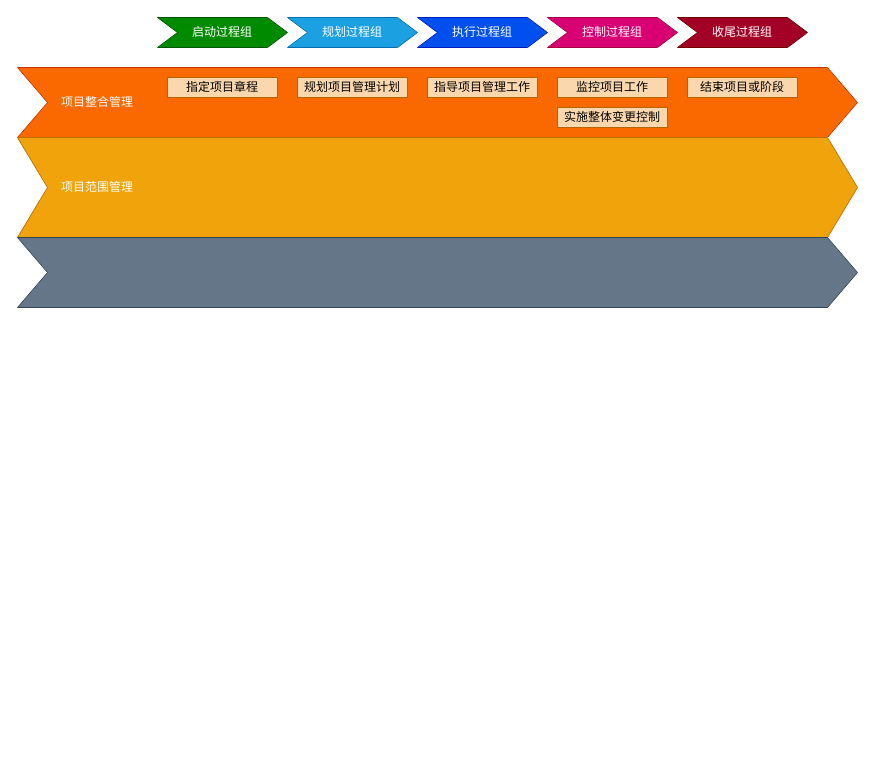
zhangxrxyy/draw keeps this draw.io diagram as 未命名绘图.drawio. Above is the earlier version. Source tidied: cells renumbered, new cells numbered last; positions are measured from the earlier drawing's top-left corner, leaving out a move shared by most shapes. Both pictures are drawn from the tidied source at 100%, with x=0, y=0 at pixel (17, 17).
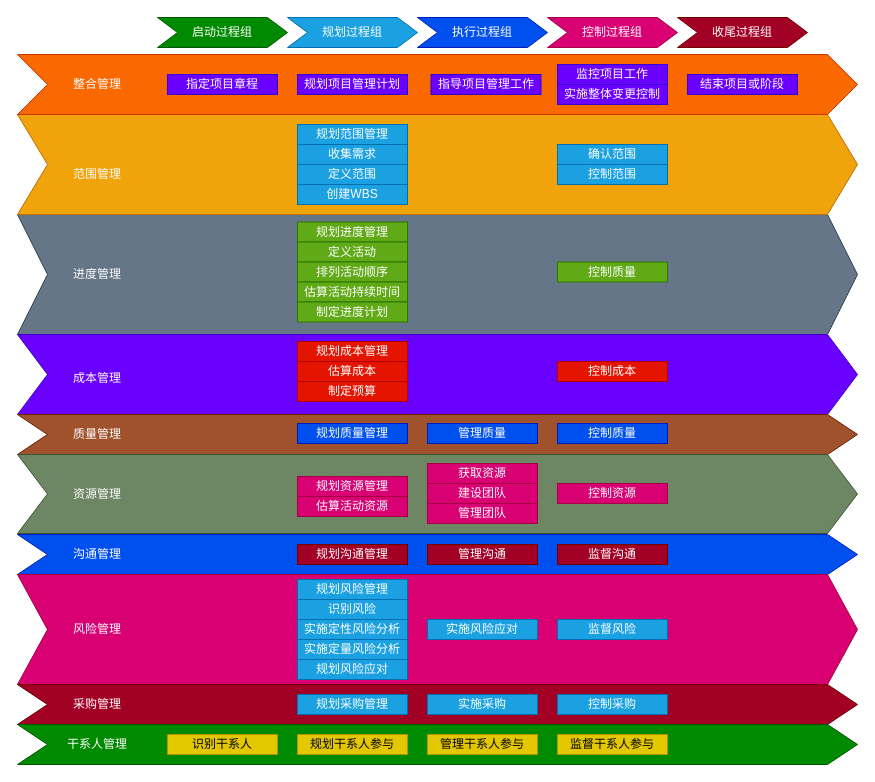
After the change.

Commit message:
更新未命名绘图.drawio

Change to the diagram source:
```diff
@@
+    <mxCell id="18" style="group;" parent="1" vertex="1">
+      <mxGeometry y="197" width="840" height="120" as="geometry" />
+    </mxCell>
+    <mxCell id="16" style="shape=step;perimeter=stepPerimeter;whiteSpace=wrap;html=1;fixedSize=1;fillColor=#647687;fontColor=#ffffff;strokeColor=#314354;size=30;" parent="18" vertex="1">
+      <mxGeometry width="840" height="120" as="geometry" />
+    </mxCell>
+    <mxCell id="19" value="&lt;font color=&quot;#ffffff&quot;&gt;进度管理&lt;/font&gt;" style="text;html=1;strokeColor=none;fillColor=none;align=center;verticalAlign=middle;whiteSpace=wrap;rounded=0;" parent="18" vertex="1">
+      <mxGeometry x="40" y="45" width="80" height="30" as="geometry" />
+    </mxCell>
+    <mxCell id="20" value="规划进度管理" style="rounded=0;whiteSpace=wrap;html=1;fillColor=#60a917;strokeColor=#2D7600;fontColor=#ffffff;" parent="18" vertex="1">
+      <mxGeometry x="280" y="7.5" width="110" height="20" as="geometry" />
+    </mxCell>
+    <mxCell id="21" value="定义活动" style="rounded=0;whiteSpace=wrap;html=1;fillColor=#60a917;strokeColor=#2D7600;fontColor=#ffffff;" parent="18" vertex="1">
+      <mxGeometry x="280" y="27.5" width="110" height="20" as="geometry" />
+    </mxCell>
+    <mxCell id="22" value="排列活动顺序" style="rounded=0;whiteSpace=wrap;html=1;fillColor=#60a917;strokeColor=#2D7600;fontColor=#ffffff;" parent="18" vertex="1">
+      <mxGeometry x="280" y="47.5" width="110" height="20" as="geometry" />
+    </mxCell>
+    <mxCell id="23" value="估算活动持续时间" style="rounded=0;whiteSpace=wrap;html=1;fillColor=#60a917;strokeColor=#2D7600;fontColor=#ffffff;" parent="18" vertex="1">
+      <mxGeometry x="280" y="67.5" width="110" height="20" as="geometry" />
+    </mxCell>
+    <mxCell id="24" value="控制质量" style="rounded=0;whiteSpace=wrap;html=1;fillColor=#60a917;strokeColor=#2D7600;fontColor=#ffffff;" parent="18" vertex="1">
+      <mxGeometry x="540" y="47.5" width="110" height="20" as="geometry" />
+    </mxCell>
+    <mxCell id="25" value="制定进度计划" style="rounded=0;whiteSpace=wrap;html=1;fillColor=#60a917;strokeColor=#2D7600;fontColor=#ffffff;" parent="18" vertex="1">
+      <mxGeometry x="280" y="87.5" width="110" height="20" as="geometry" />
+    </mxCell>
+    <mxCell id="26" style="group;" parent="1" vertex="1">
+      <mxGeometry y="97" width="840" height="100" as="geometry" />
+    </mxCell>
+    <mxCell id="15" style="shape=step;perimeter=stepPerimeter;whiteSpace=wrap;html=1;fixedSize=1;fillColor=#f0a30a;fontColor=#000000;strokeColor=#BD7000;size=30;" parent="26" vertex="1">
+      <mxGeometry width="840" height="100" as="geometry" />
+    </mxCell>
+    <mxCell id="17" value="&lt;font color=&quot;#ffffff&quot;&gt;范围管理&lt;/font&gt;" style="text;html=1;strokeColor=none;fillColor=none;align=center;verticalAlign=middle;whiteSpace=wrap;rounded=0;" parent="26" vertex="1">
+      <mxGeometry x="40" y="45" width="80" height="30" as="geometry" />
+    </mxCell>
+    <mxCell id="27" value="规划范围管理" style="rounded=0;whiteSpace=wrap;html=1;fillColor=#1ba1e2;strokeColor=#006EAF;fontColor=#ffffff;" parent="26" vertex="1">
+      <mxGeometry x="280" y="10" width="110" height="20" as="geometry" />
+    </mxCell>
+    <mxCell id="28" value="收集需求" style="rounded=0;whiteSpace=wrap;html=1;fillColor=#1ba1e2;strokeColor=#006EAF;fontColor=#ffffff;" parent="26" vertex="1">
+      <mxGeometry x="280" y="30" width="110" height="20" as="geometry" />
+    </mxCell>
+    <mxCell id="29" value="定义范围" style="rounded=0;whiteSpace=wrap;html=1;fillColor=#1ba1e2;strokeColor=#006EAF;fontColor=#ffffff;" parent="26" vertex="1">
+      <mxGeometry x="280" y="50" width="110" height="20" as="geometry" />
+    </mxCell>
+    <mxCell id="30" value="创建WBS" style="rounded=0;whiteSpace=wrap;html=1;fillColor=#1ba1e2;strokeColor=#006EAF;fontColor=#ffffff;" parent="26" vertex="1">
+      <mxGeometry x="280" y="70" width="110" height="20" as="geometry" />
+    </mxCell>
+    <mxCell id="31" value="确认范围" style="rounded=0;whiteSpace=wrap;html=1;fillColor=#1ba1e2;strokeColor=#006EAF;fontColor=#ffffff;" parent="26" vertex="1">
+      <mxGeometry x="540" y="30" width="110" height="20" as="geometry" />
+    </mxCell>
+    <mxCell id="32" value="控制范围" style="rounded=0;whiteSpace=wrap;html=1;fillColor=#1ba1e2;strokeColor=#006EAF;fontColor=#ffffff;" parent="26" vertex="1">
+      <mxGeometry x="540" y="50" width="110" height="20" as="geometry" />
+    </mxCell>
+    <mxCell id="33" style="group;" parent="1" vertex="1">
+      <mxGeometry y="37" width="840" height="70" as="geometry" />
+    </mxCell>
-    <mxCell id="7" style="shape=step;perimeter=stepPerimeter;whiteSpace=wrap;html=1;fixedSize=1;fillColor=#fa6800;fontColor=#000000;strokeColor=#C73500;size=30;" parent="1" vertex="1">
-      <mxGeometry y="50" width="840" height="70" as="geometry" />
+    <mxCell id="7" style="shape=step;perimeter=stepPerimeter;whiteSpace=wrap;html=1;fixedSize=1;fillColor=#fa6800;fontColor=#000000;strokeColor=#C73500;size=30;" parent="33" vertex="1">
+      <mxGeometry width="840" height="60" as="geometry" />
     </mxCell>
-    <mxCell id="8" value="指定项目章程" style="rounded=0;whiteSpace=wrap;html=1;fillColor=#fad7ac;strokeColor=#b46504;" parent="1" vertex="1">
-      <mxGeometry x="150" y="60" width="110" height="20" as="geometry" />
+    <mxCell id="8" value="指定项目章程" style="rounded=0;whiteSpace=wrap;html=1;fillColor=#6a00ff;strokeColor=#3700CC;fontColor=#ffffff;" parent="33" vertex="1">
+      <mxGeometry x="150" y="20" width="110" height="20" as="geometry" />
     </mxCell>
-    <mxCell id="9" value="规划项目管理计划" style="rounded=0;whiteSpace=wrap;html=1;fillColor=#fad7ac;strokeColor=#b46504;" parent="1" vertex="1">
-      <mxGeometry x="280" y="60" width="110" height="20" as="geometry" />
+    <mxCell id="9" value="规划项目管理计划" style="rounded=0;whiteSpace=wrap;html=1;fillColor=#6a00ff;strokeColor=#3700CC;fontColor=#ffffff;" parent="33" vertex="1">
+      <mxGeometry x="280" y="20" width="110" height="20" as="geometry" />
     </mxCell>
-    <mxCell id="10" value="指导项目管理工作" style="rounded=0;whiteSpace=wrap;html=1;fillColor=#fad7ac;strokeColor=#b46504;" parent="1" vertex="1">
-      <mxGeometry x="410" y="60" width="110" height="20" as="geometry" />
+    <mxCell id="10" value="指导项目管理工作" style="rounded=0;whiteSpace=wrap;html=1;fillColor=#6a00ff;strokeColor=#3700CC;fontColor=#ffffff;" parent="33" vertex="1">
+      <mxGeometry x="413.5" y="20" width="110" height="20" as="geometry" />
     </mxCell>
-    <mxCell id="11" value="监控项目工作" style="rounded=0;whiteSpace=wrap;html=1;fillColor=#fad7ac;strokeColor=#b46504;" parent="1" vertex="1">
-      <mxGeometry x="540" y="60" width="110" height="20" as="geometry" />
+    <mxCell id="11" value="监控项目工作" style="rounded=0;whiteSpace=wrap;html=1;fillColor=#6a00ff;strokeColor=#3700CC;fontColor=#ffffff;" parent="33" vertex="1">
+      <mxGeometry x="540" y="10" width="110" height="20" as="geometry" />
     </mxCell>
-    <mxCell id="12" value="实施整体变更控制" style="rounded=0;whiteSpace=wrap;html=1;fillColor=#fad7ac;strokeColor=#b46504;" parent="1" vertex="1">
-      <mxGeometry x="540" y="90" width="110" height="20" as="geometry" />
+    <mxCell id="12" value="实施整体变更控制" style="rounded=0;whiteSpace=wrap;html=1;fillColor=#6a00ff;strokeColor=#3700CC;fontColor=#ffffff;" parent="33" vertex="1">
+      <mxGeometry x="540" y="30" width="110" height="20" as="geometry" />
     </mxCell>
-    <mxCell id="13" value="结束项目或阶段" style="rounded=0;whiteSpace=wrap;html=1;fillColor=#fad7ac;strokeColor=#b46504;" parent="1" vertex="1">
-      <mxGeometry x="670" y="60" width="110" height="20" as="geometry" />
+    <mxCell id="13" value="结束项目或阶段" style="rounded=0;whiteSpace=wrap;html=1;fillColor=#6a00ff;strokeColor=#3700CC;fontColor=#ffffff;" parent="33" vertex="1">
+      <mxGeometry x="670" y="20" width="110" height="20" as="geometry" />
     </mxCell>
-    <mxCell id="14" value="&lt;font color=&quot;#ffffff&quot;&gt;项目整合管理&lt;/font&gt;" style="text;html=1;strokeColor=none;fillColor=none;align=center;verticalAlign=middle;whiteSpace=wrap;rounded=0;" parent="1" vertex="1">
-      <mxGeometry x="40" y="70" width="80" height="30" as="geometry" />
+    <mxCell id="14" value="&lt;font color=&quot;#ffffff&quot;&gt;整合管理&lt;/font&gt;" style="text;html=1;strokeColor=none;fillColor=none;align=center;verticalAlign=middle;whiteSpace=wrap;rounded=0;" parent="33" vertex="1">
+      <mxGeometry x="40" y="15" width="80" height="30" as="geometry" />
     </mxCell>
-    <mxCell id="15" style="shape=step;perimeter=stepPerimeter;whiteSpace=wrap;html=1;fixedSize=1;fillColor=#f0a30a;fontColor=#000000;strokeColor=#BD7000;size=30;" parent="1" vertex="1">
-      <mxGeometry y="120" width="840" height="100" as="geometry" />
-    </mxCell>
-    <mxCell id="16" style="shape=step;perimeter=stepPerimeter;whiteSpace=wrap;html=1;fixedSize=1;fillColor=#647687;fontColor=#ffffff;strokeColor=#314354;size=30;" parent="1" vertex="1">
-      <mxGeometry y="220" width="840" height="70" as="geometry" />
-    </mxCell>
-    <mxCell id="17" value="&lt;font color=&quot;#ffffff&quot;&gt;项目范围管理&lt;/font&gt;" style="text;html=1;strokeColor=none;fillColor=none;align=center;verticalAlign=middle;whiteSpace=wrap;rounded=0;" parent="1" vertex="1">
-      <mxGeometry x="40" y="155" width="80" height="30" as="geometry" />
-    </mxCell>
+    <mxCell id="34" style="group;" parent="1" vertex="1">
+      <mxGeometry y="317" width="840" height="80" as="geometry" />
+    </mxCell>
+    <mxCell id="35" style="shape=step;perimeter=stepPerimeter;whiteSpace=wrap;html=1;fixedSize=1;fillColor=#6a00ff;fontColor=#ffffff;strokeColor=#3700CC;size=30;" parent="34" vertex="1">
+      <mxGeometry width="840" height="80" as="geometry" />
+    </mxCell>
+    <mxCell id="36" value="&lt;font color=&quot;#ffffff&quot;&gt;成本管理&lt;/font&gt;" style="text;html=1;strokeColor=none;fillColor=none;align=center;verticalAlign=middle;whiteSpace=wrap;rounded=0;" parent="34" vertex="1">
+      <mxGeometry x="40" y="29" width="80" height="30" as="geometry" />
+    </mxCell>
+    <mxCell id="37" value="规划成本管理" style="rounded=0;whiteSpace=wrap;html=1;fillColor=#e51400;strokeColor=#B20000;fontColor=#ffffff;" parent="34" vertex="1">
+      <mxGeometry x="280" y="7" width="110" height="20" as="geometry" />
+    </mxCell>
+    <mxCell id="38" value="估算成本" style="rounded=0;whiteSpace=wrap;html=1;fillColor=#e51400;strokeColor=#B20000;fontColor=#ffffff;" parent="34" vertex="1">
+      <mxGeometry x="280" y="27" width="110" height="20" as="geometry" />
+    </mxCell>
+    <mxCell id="39" value="制定预算" style="rounded=0;whiteSpace=wrap;html=1;fillColor=#e51400;strokeColor=#B20000;fontColor=#ffffff;" parent="34" vertex="1">
+      <mxGeometry x="280" y="47" width="110" height="20" as="geometry" />
+    </mxCell>
+    <mxCell id="40" value="控制成本" style="rounded=0;whiteSpace=wrap;html=1;fillColor=#e51400;strokeColor=#B20000;fontColor=#ffffff;" parent="34" vertex="1">
+      <mxGeometry x="540" y="27" width="110" height="20" as="geometry" />
+    </mxCell>
+    <mxCell id="41" style="group;" parent="1" vertex="1">
+      <mxGeometry y="397" width="840" height="40" as="geometry" />
+    </mxCell>
+    <mxCell id="42" style="shape=step;perimeter=stepPerimeter;whiteSpace=wrap;html=1;fixedSize=1;fillColor=#a0522d;fontColor=#ffffff;strokeColor=#6D1F00;size=30;" parent="41" vertex="1">
+      <mxGeometry width="840" height="40" as="geometry" />
+    </mxCell>
+    <mxCell id="43" value="&lt;font color=&quot;#ffffff&quot;&gt;质量管理&lt;/font&gt;" style="text;html=1;strokeColor=none;fillColor=none;align=center;verticalAlign=middle;whiteSpace=wrap;rounded=0;" parent="41" vertex="1">
+      <mxGeometry x="40" y="5" width="80" height="30" as="geometry" />
+    </mxCell>
+    <mxCell id="44" value="规划质量管理" style="rounded=0;whiteSpace=wrap;html=1;fillColor=#0050ef;strokeColor=#001DBC;fontColor=#ffffff;" parent="41" vertex="1">
+      <mxGeometry x="280" y="9" width="110" height="20" as="geometry" />
+    </mxCell>
+    <mxCell id="45" value="管理质量" style="rounded=0;whiteSpace=wrap;html=1;fillColor=#0050ef;strokeColor=#001DBC;fontColor=#ffffff;" parent="41" vertex="1">
+      <mxGeometry x="410" y="9" width="110" height="20" as="geometry" />
+    </mxCell>
+    <mxCell id="46" value="控制质量" style="rounded=0;whiteSpace=wrap;html=1;fillColor=#0050ef;strokeColor=#001DBC;fontColor=#ffffff;" parent="41" vertex="1">
+      <mxGeometry x="540" y="9" width="110" height="20" as="geometry" />
+    </mxCell>
+    <mxCell id="47" style="group;" parent="1" vertex="1">
+      <mxGeometry y="437" width="840" height="79" as="geometry" />
+    </mxCell>
+    <mxCell id="48" style="shape=step;perimeter=stepPerimeter;whiteSpace=wrap;html=1;fixedSize=1;fillColor=#6d8764;fontColor=#ffffff;strokeColor=#3A5431;size=30;" parent="47" vertex="1">
+      <mxGeometry width="840" height="79" as="geometry" />
+    </mxCell>
+    <mxCell id="49" value="&lt;font color=&quot;#ffffff&quot;&gt;资源管理&lt;/font&gt;" style="text;html=1;strokeColor=none;fillColor=none;align=center;verticalAlign=middle;whiteSpace=wrap;rounded=0;" parent="47" vertex="1">
+      <mxGeometry x="40" y="24.5" width="80" height="30" as="geometry" />
+    </mxCell>
+    <mxCell id="50" value="规划资源管理" style="rounded=0;whiteSpace=wrap;html=1;fillColor=#d80073;strokeColor=#A50040;fontColor=#ffffff;" parent="47" vertex="1">
+      <mxGeometry x="280" y="22" width="110" height="20" as="geometry" />
+    </mxCell>
+    <mxCell id="51" value="估算活动资源" style="rounded=0;whiteSpace=wrap;html=1;fillColor=#d80073;strokeColor=#A50040;fontColor=#ffffff;" parent="47" vertex="1">
+      <mxGeometry x="280" y="42" width="110" height="20" as="geometry" />
+    </mxCell>
+    <mxCell id="52" value="获取资源" style="rounded=0;whiteSpace=wrap;html=1;fillColor=#d80073;strokeColor=#A50040;fontColor=#ffffff;" parent="47" vertex="1">
+      <mxGeometry x="410" y="9" width="110" height="20" as="geometry" />
+    </mxCell>
+    <mxCell id="53" value="建设团队" style="rounded=0;whiteSpace=wrap;html=1;fillColor=#d80073;strokeColor=#A50040;fontColor=#ffffff;" parent="47" vertex="1">
+      <mxGeometry x="410" y="29" width="110" height="20" as="geometry" />
+    </mxCell>
+    <mxCell id="54" value="管理团队" style="rounded=0;whiteSpace=wrap;html=1;fillColor=#d80073;strokeColor=#A50040;fontColor=#ffffff;" parent="47" vertex="1">
+      <mxGeometry x="410" y="49" width="110" height="20" as="geometry" />
+    </mxCell>
+    <mxCell id="55" value="控制资源" style="rounded=0;whiteSpace=wrap;html=1;fillColor=#d80073;strokeColor=#A50040;fontColor=#ffffff;" parent="47" vertex="1">
+      <mxGeometry x="540" y="29" width="110" height="20" as="geometry" />
+    </mxCell>
+    <mxCell id="56" style="group;" parent="1" vertex="1">
+      <mxGeometry y="517" width="840" height="40" as="geometry" />
+    </mxCell>
+    <mxCell id="57" style="shape=step;perimeter=stepPerimeter;whiteSpace=wrap;html=1;fixedSize=1;fillColor=#0050ef;fontColor=#ffffff;strokeColor=#001DBC;size=30;strokeWidth=1;" parent="56" vertex="1">
+      <mxGeometry width="840" height="40" as="geometry" />
+    </mxCell>
+    <mxCell id="58" value="&lt;font color=&quot;#ffffff&quot;&gt;沟通管理&lt;/font&gt;" style="text;html=1;strokeColor=none;fillColor=none;align=center;verticalAlign=middle;whiteSpace=wrap;rounded=0;" parent="56" vertex="1">
+      <mxGeometry x="40" y="5" width="80" height="30" as="geometry" />
+    </mxCell>
+    <mxCell id="59" value="规划沟通管理" style="rounded=0;whiteSpace=wrap;html=1;fillColor=#a20025;strokeColor=#6F0000;fontColor=#ffffff;" parent="56" vertex="1">
+      <mxGeometry x="280" y="10" width="110" height="20" as="geometry" />
+    </mxCell>
+    <mxCell id="60" value="管理沟通" style="rounded=0;whiteSpace=wrap;html=1;fillColor=#a20025;strokeColor=#6F0000;fontColor=#ffffff;" parent="56" vertex="1">
+      <mxGeometry x="410" y="10" width="110" height="20" as="geometry" />
+    </mxCell>
+    <mxCell id="61" value="监督沟通" style="rounded=0;whiteSpace=wrap;html=1;fillColor=#a20025;strokeColor=#6F0000;fontColor=#ffffff;" parent="56" vertex="1">
+      <mxGeometry x="540" y="10" width="110" height="20" as="geometry" />
+    </mxCell>
+    <mxCell id="62" style="group;" parent="1" vertex="1">
+      <mxGeometry y="557" width="840" height="110" as="geometry" />
+    </mxCell>
+    <mxCell id="63" style="shape=step;perimeter=stepPerimeter;whiteSpace=wrap;html=1;fixedSize=1;fillColor=#d80073;fontColor=#ffffff;strokeColor=#A50040;size=30;" parent="62" vertex="1">
+      <mxGeometry width="840" height="110" as="geometry" />
+    </mxCell>
+    <mxCell id="64" value="&lt;font color=&quot;#ffffff&quot;&gt;风险管理&lt;/font&gt;" style="text;html=1;strokeColor=none;fillColor=none;align=center;verticalAlign=middle;whiteSpace=wrap;rounded=0;" parent="62" vertex="1">
+      <mxGeometry x="40" y="40" width="80" height="30" as="geometry" />
+    </mxCell>
+    <mxCell id="65" value="规划风险管理" style="rounded=0;whiteSpace=wrap;html=1;fillColor=#1ba1e2;strokeColor=#006EAF;fontColor=#ffffff;" parent="62" vertex="1">
+      <mxGeometry x="280" y="5" width="110" height="20" as="geometry" />
+    </mxCell>
+    <mxCell id="66" value="识别风险" style="rounded=0;whiteSpace=wrap;html=1;fillColor=#1ba1e2;strokeColor=#006EAF;fontColor=#ffffff;" parent="62" vertex="1">
+      <mxGeometry x="280" y="25" width="110" height="20" as="geometry" />
+    </mxCell>
+    <mxCell id="67" value="实施定性风险分析" style="rounded=0;whiteSpace=wrap;html=1;fillColor=#1ba1e2;strokeColor=#006EAF;fontColor=#ffffff;" parent="62" vertex="1">
+      <mxGeometry x="280" y="45" width="110" height="20" as="geometry" />
+    </mxCell>
+    <mxCell id="68" value="实施定量风险分析" style="rounded=0;whiteSpace=wrap;html=1;fillColor=#1ba1e2;strokeColor=#006EAF;fontColor=#ffffff;" parent="62" vertex="1">
+      <mxGeometry x="280" y="65" width="110" height="20" as="geometry" />
+    </mxCell>
+    <mxCell id="69" value="规划风险应对" style="rounded=0;whiteSpace=wrap;html=1;fillColor=#1ba1e2;strokeColor=#006EAF;fontColor=#ffffff;" parent="62" vertex="1">
+      <mxGeometry x="280" y="85" width="110" height="20" as="geometry" />
+    </mxCell>
+    <mxCell id="70" value="实施风险应对" style="rounded=0;whiteSpace=wrap;html=1;fillColor=#1ba1e2;strokeColor=#006EAF;fontColor=#ffffff;" parent="62" vertex="1">
+      <mxGeometry x="410" y="45" width="110" height="20" as="geometry" />
+    </mxCell>
+    <mxCell id="71" value="监督风险" style="rounded=0;whiteSpace=wrap;html=1;fillColor=#1ba1e2;strokeColor=#006EAF;fontColor=#ffffff;" parent="62" vertex="1">
+      <mxGeometry x="540" y="45" width="110" height="20" as="geometry" />
+    </mxCell>
+    <mxCell id="72" style="group;" parent="1" vertex="1">
+      <mxGeometry y="667" width="840" height="40" as="geometry" />
+    </mxCell>
+    <mxCell id="73" style="shape=step;perimeter=stepPerimeter;whiteSpace=wrap;html=1;fixedSize=1;fillColor=#a20025;fontColor=#ffffff;strokeColor=#6F0000;size=30;" parent="72" vertex="1">
+      <mxGeometry width="840" height="40" as="geometry" />
+    </mxCell>
+    <mxCell id="74" value="&lt;font color=&quot;#ffffff&quot;&gt;采购管理&lt;/font&gt;" style="text;html=1;strokeColor=none;fillColor=none;align=center;verticalAlign=middle;whiteSpace=wrap;rounded=0;" parent="72" vertex="1">
+      <mxGeometry x="40" y="5" width="80" height="30" as="geometry" />
+    </mxCell>
+    <mxCell id="75" value="规划采购管理" style="rounded=0;whiteSpace=wrap;html=1;fillColor=#1ba1e2;strokeColor=#006EAF;fontColor=#ffffff;" parent="72" vertex="1">
+      <mxGeometry x="280" y="10" width="110" height="20" as="geometry" />
+    </mxCell>
+    <mxCell id="76" value="实施采购" style="rounded=0;whiteSpace=wrap;html=1;fillColor=#1ba1e2;strokeColor=#006EAF;fontColor=#ffffff;" parent="72" vertex="1">
+      <mxGeometry x="410" y="10" width="110" height="20" as="geometry" />
+    </mxCell>
+    <mxCell id="77" value="控制采购" style="rounded=0;whiteSpace=wrap;html=1;fillColor=#1ba1e2;strokeColor=#006EAF;fontColor=#ffffff;" parent="72" vertex="1">
+      <mxGeometry x="540" y="10" width="110" height="20" as="geometry" />
+    </mxCell>
+    <mxCell id="78" style="group;" parent="1" vertex="1">
+      <mxGeometry y="707" width="840" height="40" as="geometry" />
+    </mxCell>
+    <mxCell id="79" style="shape=step;perimeter=stepPerimeter;whiteSpace=wrap;html=1;fixedSize=1;fillColor=#008a00;fontColor=#ffffff;strokeColor=#005700;size=30;" parent="78" vertex="1">
+      <mxGeometry width="840" height="40" as="geometry" />
+    </mxCell>
+    <mxCell id="80" value="&lt;font color=&quot;#ffffff&quot;&gt;干系人管理&lt;/font&gt;" style="text;html=1;strokeColor=none;fillColor=none;align=center;verticalAlign=middle;whiteSpace=wrap;rounded=0;" parent="78" vertex="1">
+      <mxGeometry x="40" y="5" width="80" height="30" as="geometry" />
+    </mxCell>
+    <mxCell id="81" value="规划干系人参与" style="rounded=0;whiteSpace=wrap;html=1;fillColor=#e3c800;strokeColor=#B09500;fontColor=#000000;" parent="78" vertex="1">
+      <mxGeometry x="280" y="10" width="110" height="20" as="geometry" />
+    </mxCell>
+    <mxCell id="82" value="监督干系人参与" style="rounded=0;whiteSpace=wrap;html=1;fillColor=#e3c800;strokeColor=#B09500;fontColor=#000000;" parent="78" vertex="1">
+      <mxGeometry x="540" y="10" width="110" height="20" as="geometry" />
+    </mxCell>
+    <mxCell id="83" value="管理干系人参与" style="rounded=0;whiteSpace=wrap;html=1;fillColor=#e3c800;strokeColor=#B09500;fontColor=#000000;" parent="78" vertex="1">
+      <mxGeometry x="410" y="10" width="110" height="20" as="geometry" />
+    </mxCell>
+    <mxCell id="84" value="识别干系人" style="rounded=0;whiteSpace=wrap;html=1;fillColor=#e3c800;strokeColor=#B09500;fontColor=#000000;" parent="78" vertex="1">
+      <mxGeometry x="150" y="10" width="110" height="20" as="geometry" />
+    </mxCell>
```
